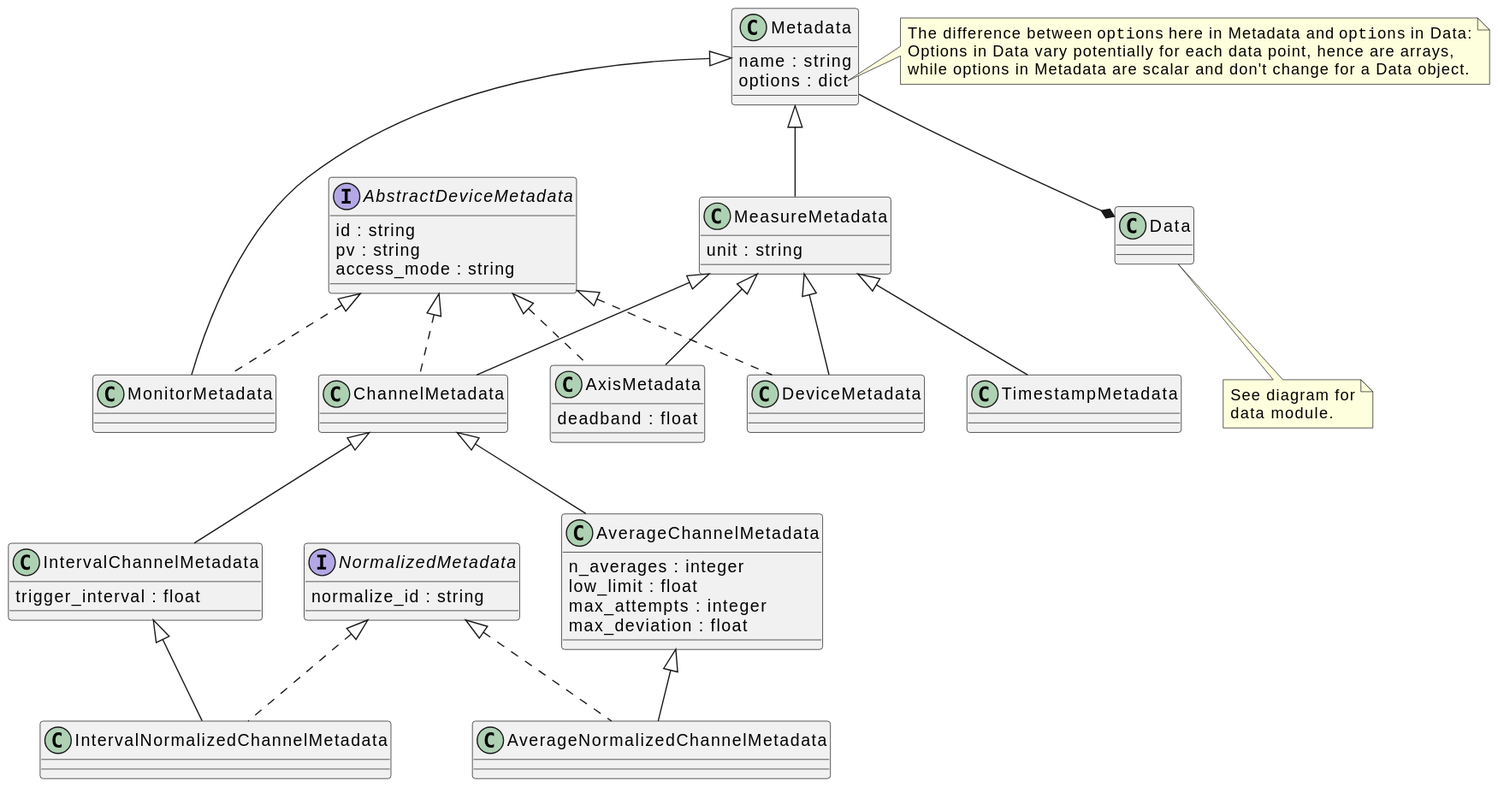
tillbiskup/evefile keeps this PlantUML diagram as docs/uml/evefile.entities.metadata.svg. Above is the earlier version. Source of this version:
```plantuml
@startuml
class Metadata {
    name : string
    options : dict
}
note right of Metadata::options
    The difference between ""options"" here in Metadata and ""options"" in Data:
    Options in Data vary potentially for each data point, hence are arrays,
    while options in Metadata are scalar and don't change for a Data object.
end note

class Data {
}
note bottom: See diagram for\ndata module.

interface AbstractDeviceMetadata {
    id : string
    pv : string
    access_mode : string
}

class MeasureMetadata extends Metadata {
    unit : string
}

class MonitorMetadata extends Metadata implements AbstractDeviceMetadata {
}

class DeviceMetadata extends MeasureMetadata implements AbstractDeviceMetadata  {
}

class AxisMetadata extends MeasureMetadata implements AbstractDeviceMetadata  {
    deadband : float
}

class ChannelMetadata extends MeasureMetadata implements AbstractDeviceMetadata  {
}

class TimestampMetadata extends MeasureMetadata {
}

class AverageChannelMetadata extends ChannelMetadata {
    n_averages : integer
    low_limit : float
    max_attempts : integer
    max_deviation : float
}

class IntervalChannelMetadata extends ChannelMetadata {
    trigger_interval : float
}

Metadata --* Data

interface NormalizedMetadata {
    normalize_id : string
}

class AverageNormalizedChannelMetadata extends AverageChannelMetadata implements NormalizedMetadata {}

class IntervalNormalizedChannelMetadata extends IntervalChannelMetadata implements NormalizedMetadata {}
@enduml
```
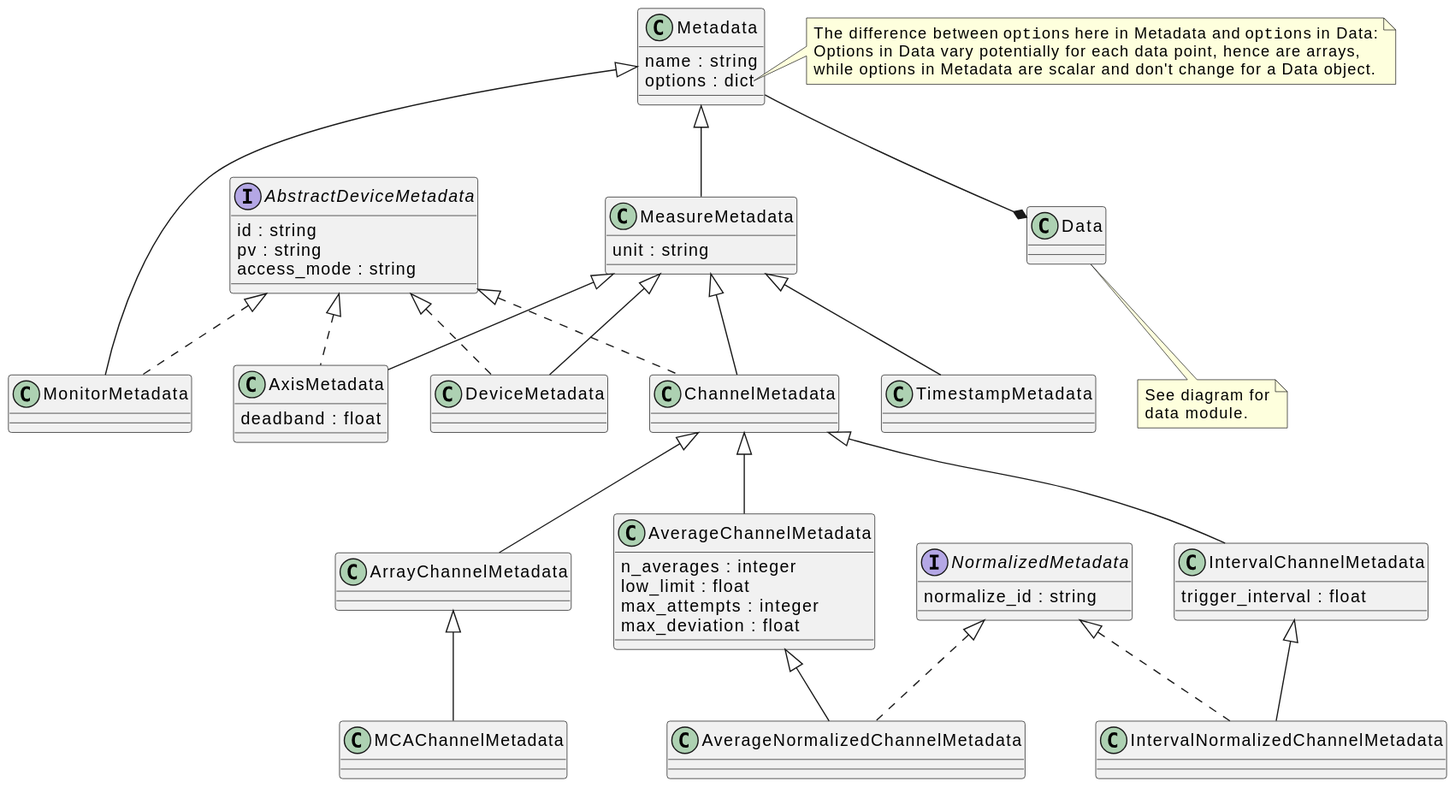
The same file after the commit.

What changed in the source:
```diff
@@ -59,4 +59,8 @@
 class AverageNormalizedChannelMetadata extends AverageChannelMetadata implements NormalizedMetadata {}
 
 class IntervalNormalizedChannelMetadata extends IntervalChannelMetadata implements NormalizedMetadata {}
+
+class ArrayChannelMetadata extends ChannelMetadata
+
+class MCAChannelMetadata extends ArrayChannelMetadata
 @enduml
```
